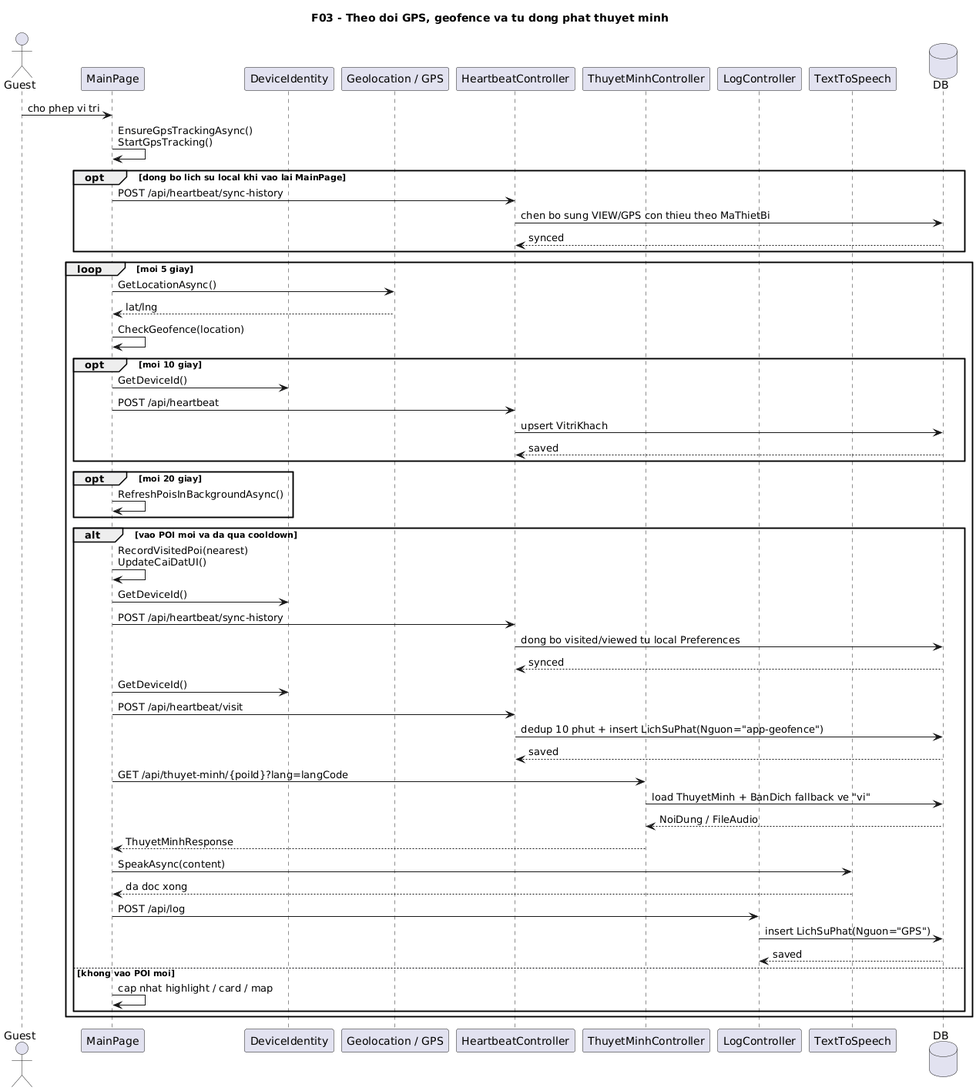
Earlier version of the PlantUML export docs/diagrams/png/03-geofence-audio-sequence.png (VoBao182/PhoAmThuc). Source of this version:
```plantuml
@startuml
title F03 - Theo doi GPS, geofence va tu dong phat thuyet minh

actor Guest
participant MainPage
participant DeviceIdentity
participant "Geolocation / GPS" as GPS
participant "HeartbeatController" as HeartbeatController
participant "ThuyetMinhController" as ThuyetMinhController
participant "LogController" as LogController
participant "TextToSpeech" as TTS
database DB

Guest -> MainPage: cho phep vi tri
MainPage -> MainPage: EnsureGpsTrackingAsync()\nStartGpsTracking()
opt dong bo lich su local khi vao lai MainPage
  MainPage -> HeartbeatController: POST /api/heartbeat/sync-history
  HeartbeatController -> DB: chen bo sung VIEW/GPS con thieu theo MaThietBi
  DB --> HeartbeatController: synced
end

loop moi 5 giay
  MainPage -> GPS: GetLocationAsync()
  GPS --> MainPage: lat/lng
  MainPage -> MainPage: CheckGeofence(location)

  opt moi 10 giay
    MainPage -> DeviceIdentity: GetDeviceId()
    MainPage -> HeartbeatController: POST /api/heartbeat
    HeartbeatController -> DB: upsert VitriKhach
    DB --> HeartbeatController: saved
  end

  opt moi 20 giay
    MainPage -> MainPage: RefreshPoisInBackgroundAsync()
  end

  alt vao POI moi va da qua cooldown
    MainPage -> MainPage: RecordVisitedPoi(nearest)\nUpdateCaiDatUI()
    MainPage -> DeviceIdentity: GetDeviceId()
    MainPage -> HeartbeatController: POST /api/heartbeat/sync-history
    HeartbeatController -> DB: dong bo visited/viewed tu local Preferences
    DB --> HeartbeatController: synced

    MainPage -> DeviceIdentity: GetDeviceId()
    MainPage -> HeartbeatController: POST /api/heartbeat/visit
    HeartbeatController -> DB: dedup 10 phut + insert LichSuPhat(Nguon="app-geofence")
    DB --> HeartbeatController: saved

    MainPage -> ThuyetMinhController: GET /api/thuyet-minh/{poiId}?lang=langCode
    ThuyetMinhController -> DB: load ThuyetMinh + BanDich fallback ve "vi"
    DB --> ThuyetMinhController: NoiDung / FileAudio
    ThuyetMinhController --> MainPage: ThuyetMinhResponse

    MainPage -> TTS: SpeakAsync(content)
    TTS --> MainPage: da doc xong

    MainPage -> LogController: POST /api/log
    LogController -> DB: insert LichSuPhat(Nguon="GPS")
    DB --> LogController: saved
  else khong vao POI moi
    MainPage -> MainPage: cap nhat highlight / card / map
  end
end
@enduml
```
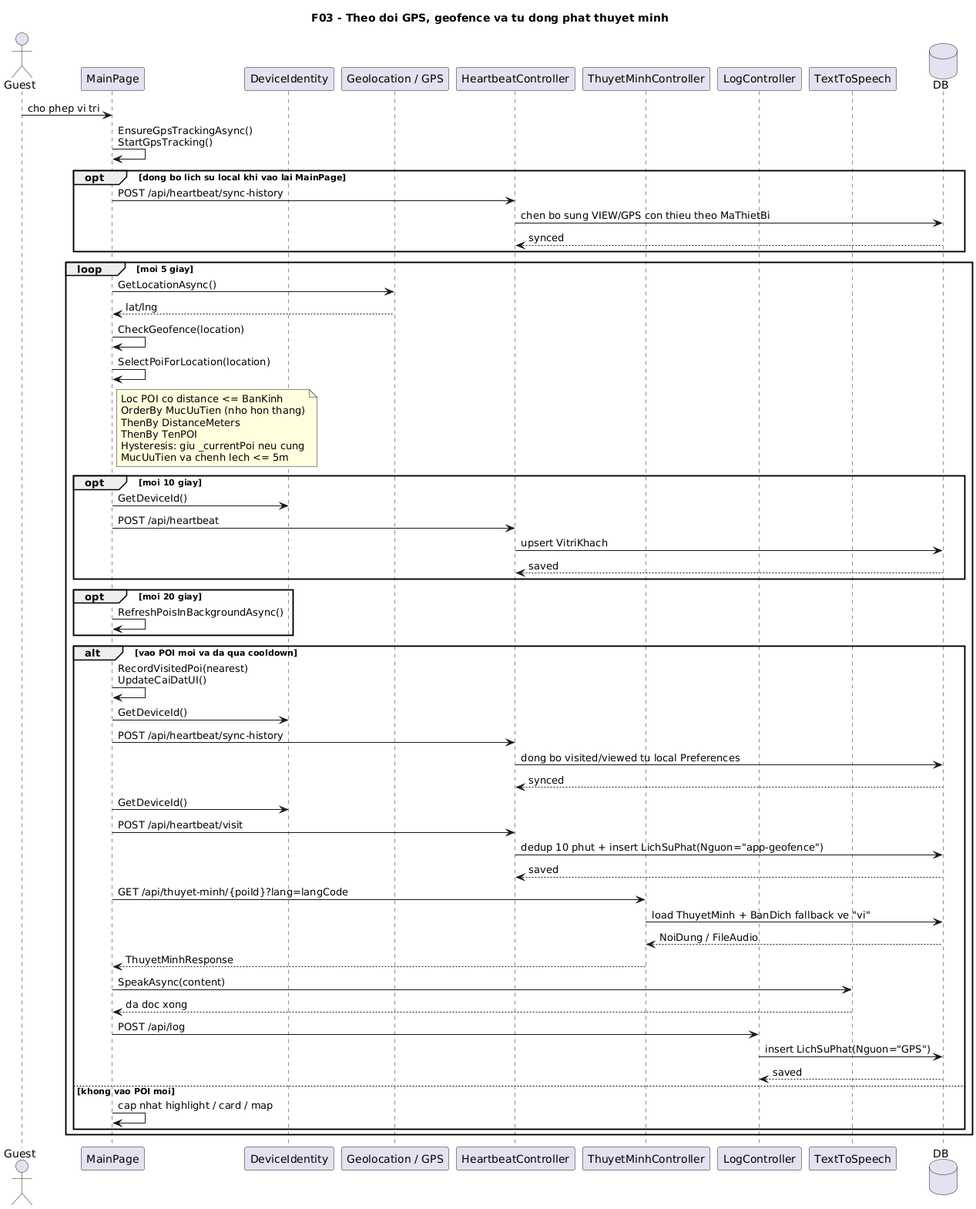
The same diagram one commit later.

The edit, as a diff of the source:
```diff
@@ -23,6 +23,15 @@
   MainPage -> GPS: GetLocationAsync()
   GPS --> MainPage: lat/lng
   MainPage -> MainPage: CheckGeofence(location)
+  MainPage -> MainPage: SelectPoiForLocation(location)
+  note right of MainPage
+    Loc POI co distance <= BanKinh
+    OrderBy MucUuTien (nho hon thang)
+    ThenBy DistanceMeters
+    ThenBy TenPOI
+    Hysteresis: giu _currentPoi neu cung
+    MucUuTien va chenh lech <= 5m
+  end note
 
   opt moi 10 giay
     MainPage -> DeviceIdentity: GetDeviceId()
```
